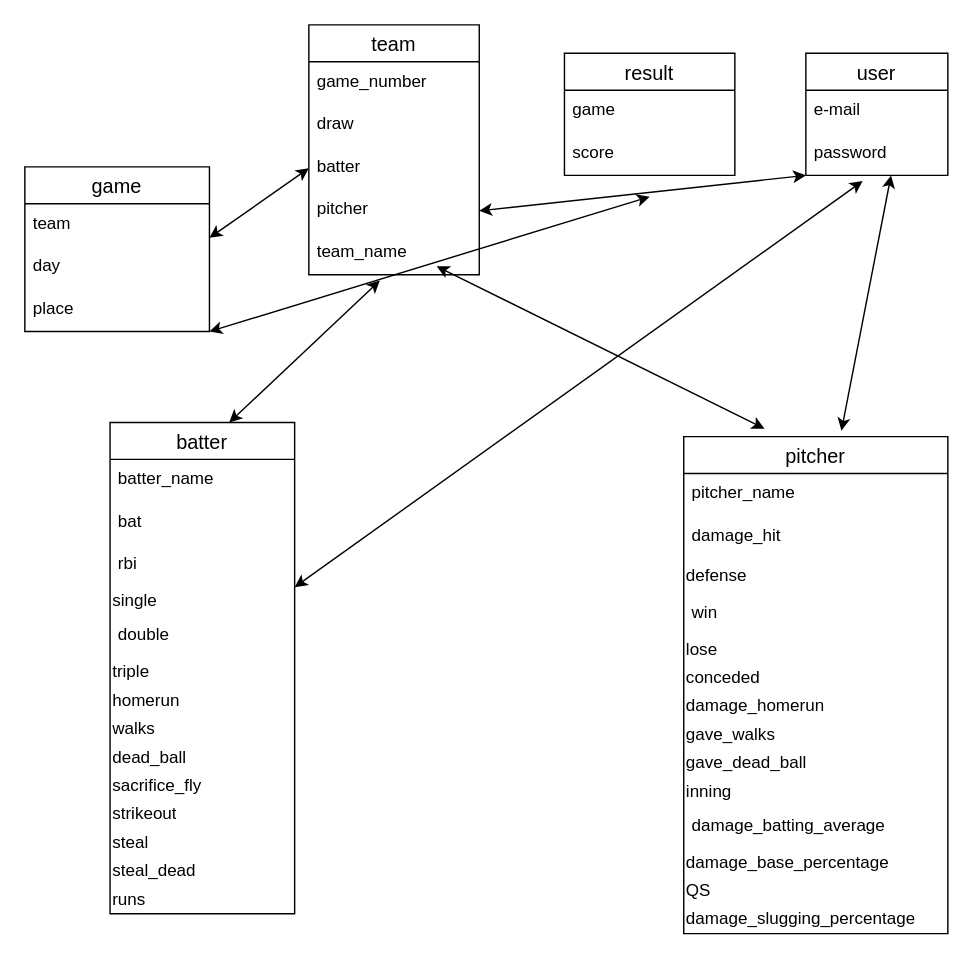
Above: test.dio in taiki365/original (draw.io), before the change. Source tidied: cells renumbered, new cells numbered last; positions are measured from the earlier drawing's top-left corner, leaving out a move shared by most shapes. Both pictures are drawn from the tidied source at 142%, with x=0, y=0 at pixel (24, 24).
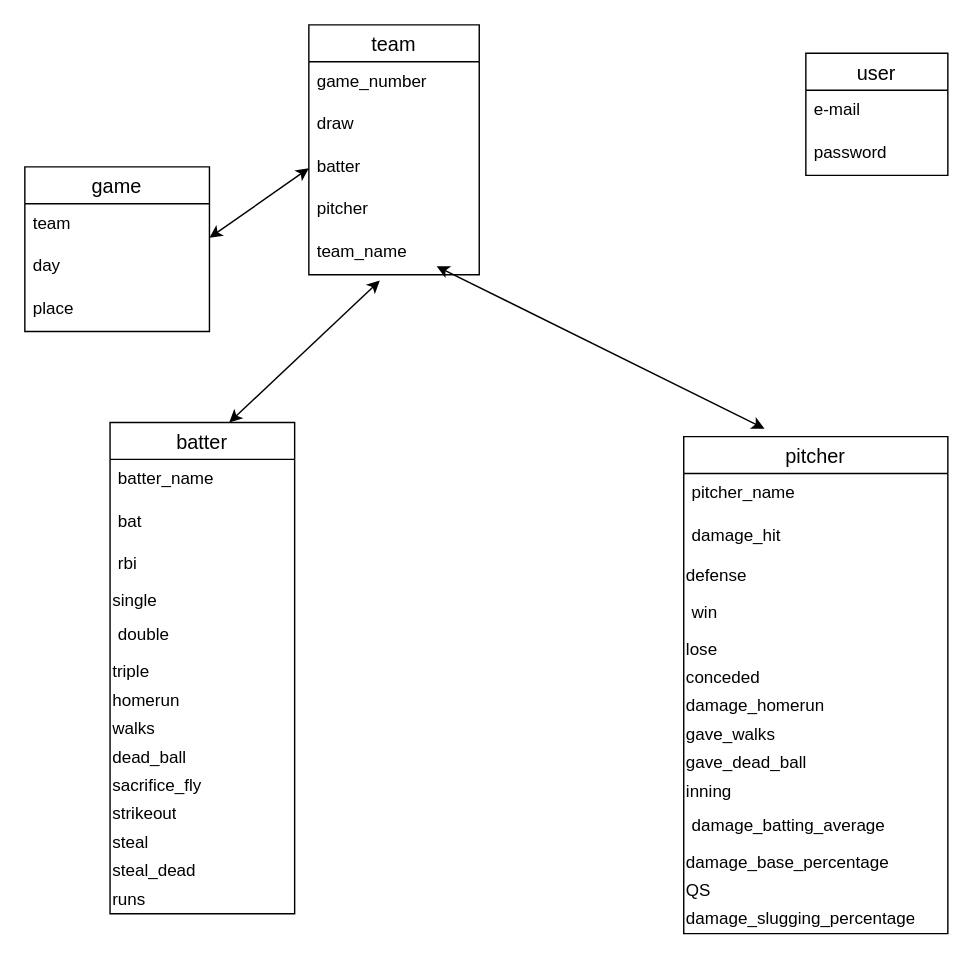
Above is the later version.

Unchanged cells that the change refers to:
```xml
<mxCell id="2" value="pitcher" style="swimlane;fontStyle=0;horizontal=1;startSize=26;align=center;fontSize=14;" parent="1" vertex="1">
  <mxGeometry x="464" y="290" width="186" height="350" as="geometry" />
</mxCell>
<mxCell id="31" value="pitcher" style="text;strokeColor=none;fillColor=none;spacingLeft=4;spacingRight=4;overflow=hidden;points=[[0,0.5],[1,0.5]];portConstraint=eastwest;fontSize=12;" parent="27" vertex="1">
  <mxGeometry y="116" width="120" height="30" as="geometry" />
</mxCell>
<mxCell id="37" value="single" style="text;html=1;strokeColor=none;fillColor=none;align=left;verticalAlign=middle;whiteSpace=wrap;overflow=hidden;" parent="33" vertex="1">
  <mxGeometry y="116" width="130" height="20" as="geometry" />
</mxCell>
```

The edit, as a diff of the source:
```diff
@@
-    <mxCell id="24" value="result" style="swimlane;fontStyle=0;horizontal=1;startSize=26;align=center;fontSize=14;" parent="1" vertex="1">
-      <mxGeometry x="380" y="20" width="120" height="86" as="geometry" />
-    </mxCell>
-    <mxCell id="25" value="game" style="text;strokeColor=none;fillColor=none;spacingLeft=4;spacingRight=4;overflow=hidden;fontSize=12;" parent="24" vertex="1">
-      <mxGeometry y="26" width="120" height="30" as="geometry" />
-    </mxCell>
-    <mxCell id="26" value="score" style="text;strokeColor=none;fillColor=none;spacingLeft=4;spacingRight=4;overflow=hidden;fontSize=12;" parent="24" vertex="1">
-      <mxGeometry y="56" width="120" height="30" as="geometry" />
-    </mxCell>
@@
-    <mxCell id="48" style="endArrow=classic;startArrow=classic;html=1;exitX=1;exitY=0;exitDx=0;exitDy=0;" parent="1" edge="1" source="37">
-      <mxGeometry relative="1" as="geometry">
-        <mxPoint x="590" y="110" as="targetPoint" />
-      </mxGeometry>
-    </mxCell>
-    <mxCell id="49" style="endArrow=classic;startArrow=classic;html=1;exitX=0.597;exitY=-0.012;exitDx=0;exitDy=0;exitPerimeter=0;" parent="1" edge="1" source="2">
-      <mxGeometry relative="1" as="geometry">
-        <mxPoint x="610" y="106" as="targetPoint" />
-      </mxGeometry>
-    </mxCell>
@@
-    <mxCell id="52" style="endArrow=classic;startArrow=classic;html=1;exitX=1;exitY=0.5;exitDx=0;exitDy=0;" parent="1" edge="1">
-      <mxGeometry relative="1" as="geometry">
-        <mxPoint x="130" y="216" as="sourcePoint" />
-        <mxPoint x="440" y="121" as="targetPoint" />
-      </mxGeometry>
-    </mxCell>
-    <mxCell id="53" style="endArrow=classic;startArrow=classic;html=1;exitX=1;exitY=0.5;exitDx=0;exitDy=0;" parent="1" edge="1" source="31">
-      <mxGeometry relative="1" as="geometry">
-        <mxPoint x="550" y="106" as="targetPoint" />
-      </mxGeometry>
-    </mxCell>
```
